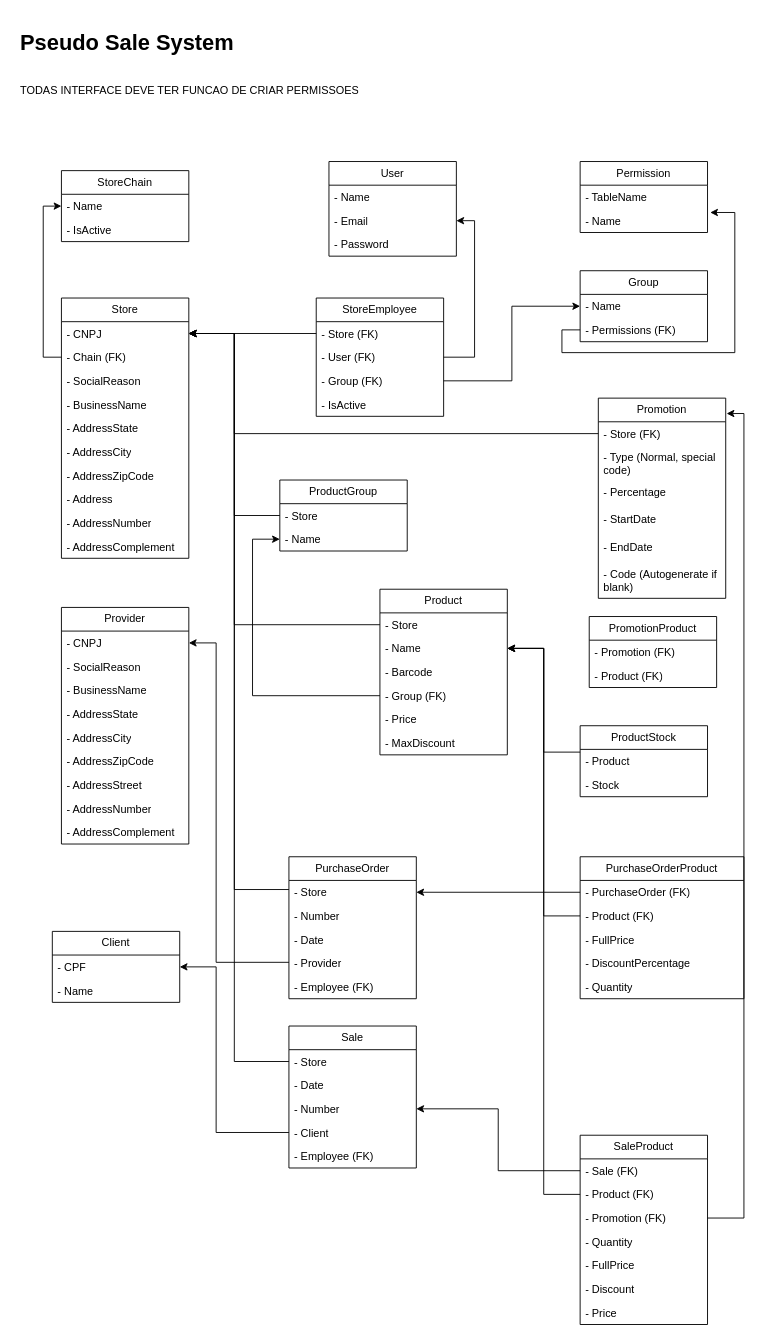
caiofaria2308/simpleSS-back keeps this draw.io diagram as Diagrama de interfaces.drawio. Above is the earlier version. Source tidied: cells renumbered, new cells numbered last; positions are measured from the earlier drawing's top-left corner, leaving out a move shared by most shapes. Both pictures are drawn from the tidied source at 91%, with x=0, y=0 at pixel (15, 25).
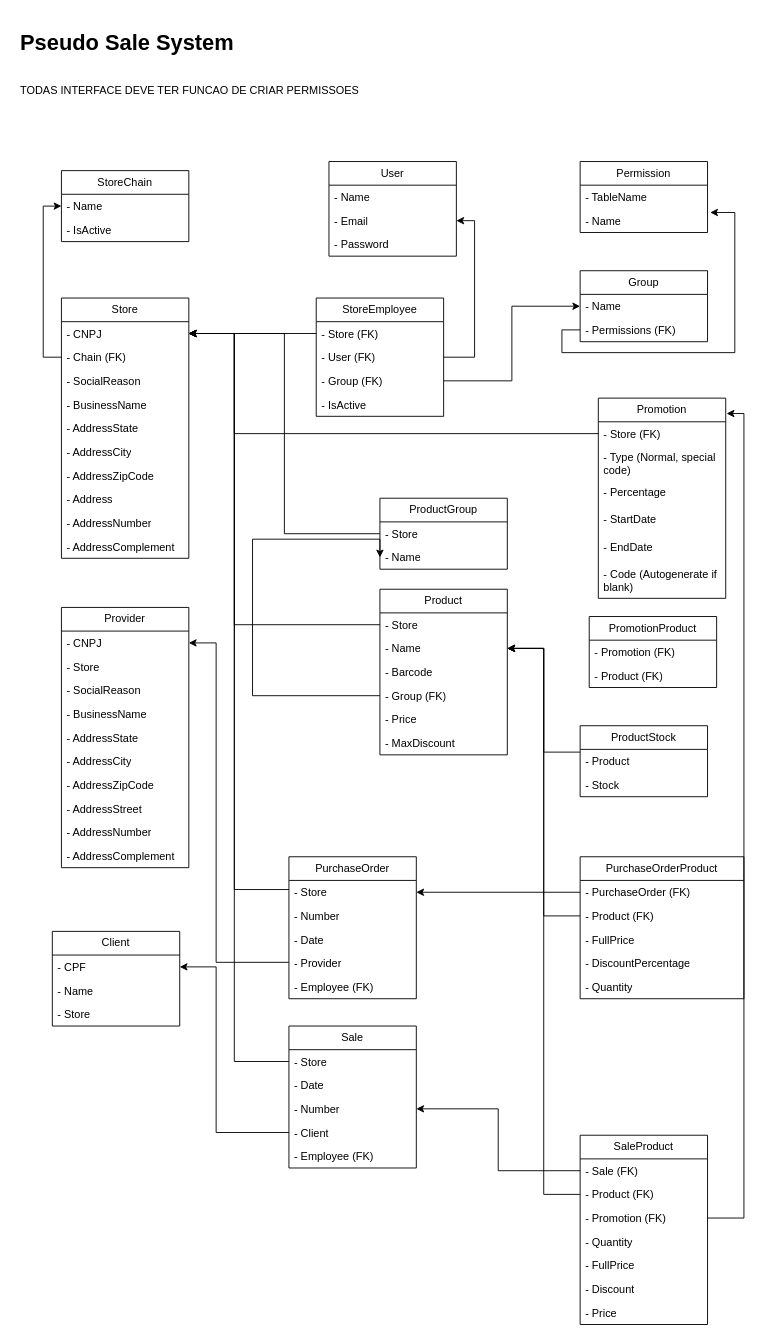
After the change.

The edit, as a diff of the source:
```diff
@@
     <mxCell id="32" value="ProductGroup" style="swimlane;fontStyle=0;horizontal=1;startSize=26;fillColor=none;whiteSpace=wrap;html=1;" parent="1" vertex="1">
-      <mxGeometry x="290" y="500" width="140" height="78" as="geometry" />
+      <mxGeometry x="400" y="520" width="140" height="78" as="geometry" />
     </mxCell>
@@
     <mxCell id="60" value="Provider" style="swimlane;fontStyle=0;horizontal=1;startSize=26;fillColor=none;whiteSpace=wrap;html=1;" parent="1" vertex="1">
-      <mxGeometry x="50" y="640" width="140" height="260" as="geometry" />
+      <mxGeometry x="50" y="640" width="140" height="286" as="geometry" />
     </mxCell>
@@
+    <mxCell id="113" value="- Store" style="text;strokeColor=none;fillColor=none;align=left;verticalAlign=top;spacingLeft=4;spacingRight=4;overflow=hidden;whiteSpace=wrap;html=1;" parent="60" vertex="1">
+      <mxGeometry y="52" width="140" height="26" as="geometry" />
+    </mxCell>
     <mxCell id="62" value="- SocialReason" style="text;strokeColor=none;fillColor=none;align=left;verticalAlign=top;spacingLeft=4;spacingRight=4;overflow=hidden;whiteSpace=wrap;html=1;" parent="60" vertex="1">
-      <mxGeometry y="52" width="140" height="26" as="geometry" />
+      <mxGeometry y="78" width="140" height="26" as="geometry" />
     </mxCell>
     <mxCell id="63" value="- BusinessName" style="text;strokeColor=none;fillColor=none;align=left;verticalAlign=top;spacingLeft=4;spacingRight=4;overflow=hidden;whiteSpace=wrap;html=1;" parent="60" vertex="1">
-      <mxGeometry y="78" width="140" height="26" as="geometry" />
+      <mxGeometry y="104" width="140" height="26" as="geometry" />
     </mxCell>
     <mxCell id="64" value="- AddressState" style="text;strokeColor=none;fillColor=none;align=left;verticalAlign=top;spacingLeft=4;spacingRight=4;overflow=hidden;whiteSpace=wrap;html=1;" parent="60" vertex="1">
-      <mxGeometry y="104" width="140" height="26" as="geometry" />
+      <mxGeometry y="130" width="140" height="26" as="geometry" />
     </mxCell>
     <mxCell id="65" value="- AddressCity" style="text;strokeColor=none;fillColor=none;align=left;verticalAlign=top;spacingLeft=4;spacingRight=4;overflow=hidden;whiteSpace=wrap;html=1;" parent="60" vertex="1">
-      <mxGeometry y="130" width="140" height="26" as="geometry" />
+      <mxGeometry y="156" width="140" height="26" as="geometry" />
     </mxCell>
     <mxCell id="66" value="- AddressZipCode" style="text;strokeColor=none;fillColor=none;align=left;verticalAlign=top;spacingLeft=4;spacingRight=4;overflow=hidden;whiteSpace=wrap;html=1;" parent="60" vertex="1">
-      <mxGeometry y="156" width="140" height="26" as="geometry" />
+      <mxGeometry y="182" width="140" height="26" as="geometry" />
     </mxCell>
     <mxCell id="67" value="- AddressStreet" style="text;strokeColor=none;fillColor=none;align=left;verticalAlign=top;spacingLeft=4;spacingRight=4;overflow=hidden;whiteSpace=wrap;html=1;" parent="60" vertex="1">
-      <mxGeometry y="182" width="140" height="26" as="geometry" />
+      <mxGeometry y="208" width="140" height="26" as="geometry" />
     </mxCell>
     <mxCell id="68" value="- AddressNumber" style="text;strokeColor=none;fillColor=none;align=left;verticalAlign=top;spacingLeft=4;spacingRight=4;overflow=hidden;whiteSpace=wrap;html=1;" parent="60" vertex="1">
-      <mxGeometry y="208" width="140" height="26" as="geometry" />
+      <mxGeometry y="234" width="140" height="26" as="geometry" />
     </mxCell>
     <mxCell id="69" value="- AddressComplement" style="text;strokeColor=none;fillColor=none;align=left;verticalAlign=top;spacingLeft=4;spacingRight=4;overflow=hidden;whiteSpace=wrap;html=1;" parent="60" vertex="1">
-      <mxGeometry y="234" width="140" height="26" as="geometry" />
+      <mxGeometry y="260" width="140" height="26" as="geometry" />
     </mxCell>
@@
     <mxCell id="94" value="Client" style="swimlane;fontStyle=0;horizontal=1;startSize=26;fillColor=none;whiteSpace=wrap;html=1;" parent="1" vertex="1">
-      <mxGeometry x="40" y="996" width="140" height="78" as="geometry" />
+      <mxGeometry x="40" y="996" width="140" height="104" as="geometry" />
     </mxCell>
@@
+    <mxCell id="114" value="- Store" style="text;strokeColor=none;fillColor=none;align=left;verticalAlign=top;spacingLeft=4;spacingRight=4;overflow=hidden;whiteSpace=wrap;html=1;" parent="94" vertex="1">
+      <mxGeometry y="78" width="140" height="26" as="geometry" />
+    </mxCell>
```
